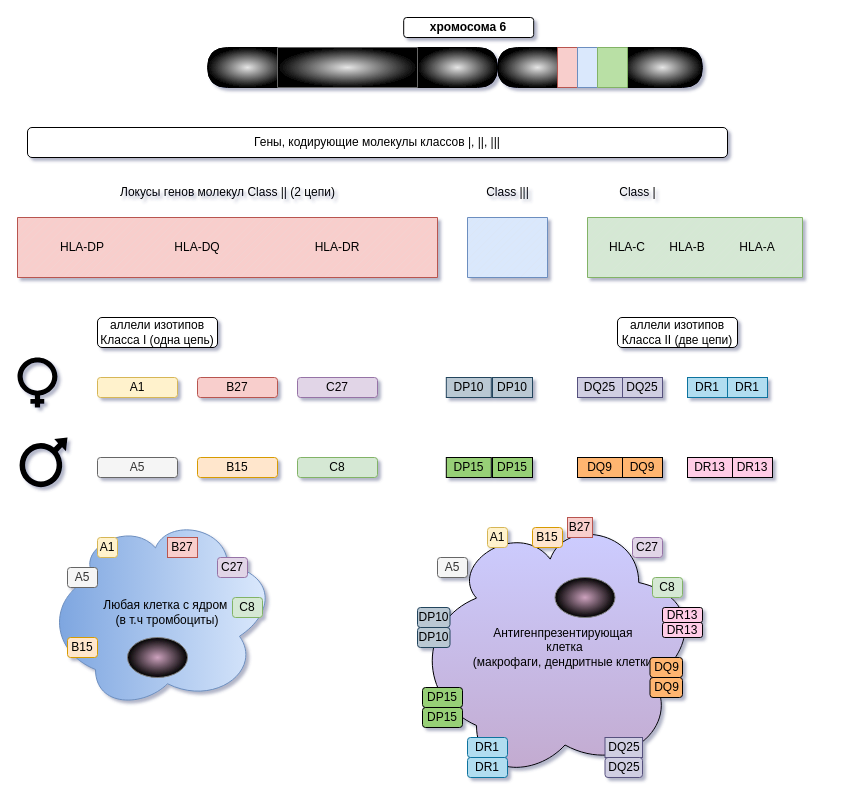
Before: HLA-cells.drawio in lissa3/menubar, a draw.io diagram. Source tidied: cells renumbered, new cells numbered last; positions are measured from the earlier drawing's top-left corner, leaving out a move shared by most shapes. Both pictures are drawn from the tidied source at 100%, with x=0, y=0 at pixel (17, 17).
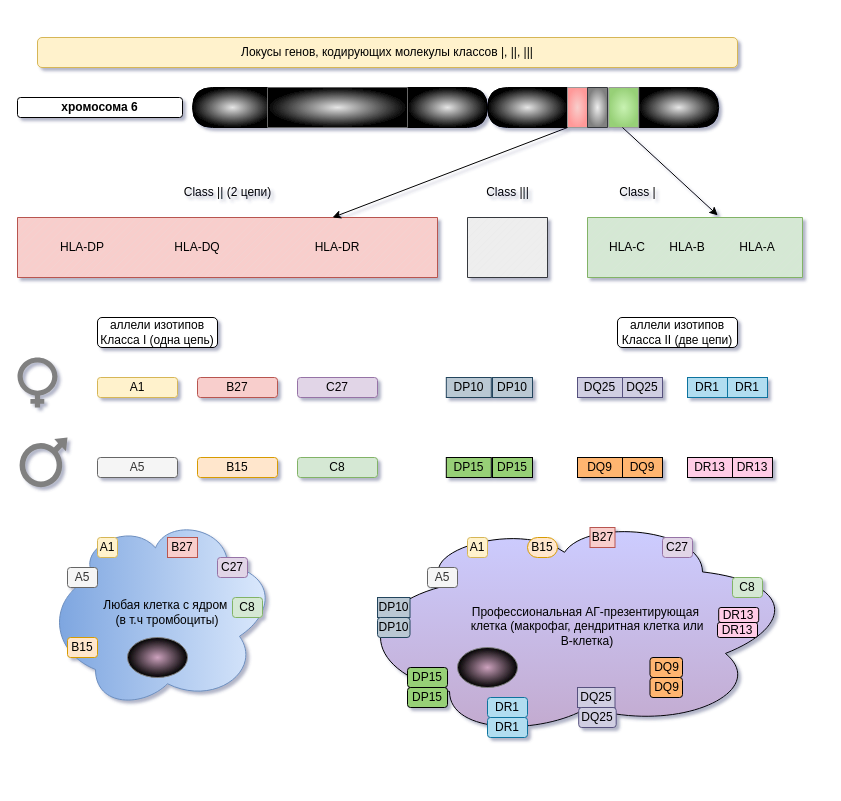
After the change.

The change refers to these unchanged cells:
```xml
<mxCell id="2" style="verticalLabelPosition=bottom;verticalAlign=top;html=1;shape=mxgraph.basic.patternFillRect;fillStyle=diag;step=5;fillStrokeWidth=0.2;fillStrokeColor=#dddddd;fillColor=#f8cecc;gradientColor=none;strokeColor=#b85450;" parent="1" vertex="1">
  <mxGeometry y="200" width="420" height="60" as="geometry" />
</mxCell>
<mxCell id="4" style="verticalLabelPosition=bottom;verticalAlign=top;html=1;shape=mxgraph.basic.patternFillRect;fillStyle=diag;step=5;fillStrokeWidth=0.2;fillStrokeColor=#dddddd;fillColor=#d5e8d4;strokeColor=#82b366;gradientColor=none;" parent="1" vertex="1">
  <mxGeometry x="570" y="200" width="215" height="60" as="geometry" />
</mxCell>
```

What changed in the source:
```diff
@@
-    <mxCell id="3" style="verticalLabelPosition=bottom;verticalAlign=top;html=1;shape=mxgraph.basic.patternFillRect;fillStyle=diag;step=5;fillStrokeWidth=0.2;fillStrokeColor=#dddddd;fillColor=#dae8fc;strokeColor=#6c8ebf;gradientColor=none;" parent="1" vertex="1">
+    <mxCell id="3" style="verticalLabelPosition=bottom;verticalAlign=top;html=1;shape=mxgraph.basic.patternFillRect;fillStyle=diag;step=5;fillStrokeWidth=0.2;fillStrokeColor=#dddddd;fillColor=#eeeeee;strokeColor=#36393d;" parent="1" vertex="1">
       <mxGeometry x="450" y="200" width="80" height="60" as="geometry" />
     </mxCell>
@@
-    <mxCell id="7" value="Локусы генов молекул Class || (2 цепи)" style="text;html=1;align=center;verticalAlign=middle;strokeColor=none;fillColor=none;" parent="1" vertex="1">
-      <mxGeometry x="90" y="160" width="240" height="30" as="geometry" />
+    <mxCell id="7" value="Class || (2 цепи)" style="text;html=1;align=center;verticalAlign=middle;strokeColor=none;fillColor=none;" parent="1" vertex="1">
+      <mxGeometry x="155" y="160" width="110" height="30" as="geometry" />
     </mxCell>
@@
-    <mxCell id="14" value="Гены, кодирующие молекулы классов |, ||, |||" style="rounded=1;whiteSpace=wrap;html=1;" parent="1" vertex="1">
-      <mxGeometry x="10" y="110" width="700" height="30" as="geometry" />
+    <mxCell id="14" value="Локусы генов, кодирующих молекулы классов |, ||, |||" style="rounded=1;whiteSpace=wrap;html=1;fillColor=#fff2cc;strokeColor=#d6b656;" parent="1" vertex="1">
+      <mxGeometry x="20" y="20" width="700" height="30" as="geometry" />
     </mxCell>
     <mxCell id="15" style="shape=delay;whiteSpace=wrap;html=1;fillColor=#E6E6E6;gradientColor=default;gradientDirection=radial;" parent="1" vertex="1">
-      <mxGeometry x="400" y="30" width="80" height="40" as="geometry" />
+      <mxGeometry x="390" y="70" width="80" height="40" as="geometry" />
     </mxCell>
     <mxCell id="16" style="shape=delay;whiteSpace=wrap;html=1;direction=west;fillColor=#E6E6E6;gradientColor=default;gradientDirection=radial;" parent="1" vertex="1">
-      <mxGeometry x="190" y="30" width="80" height="40" as="geometry" />
+      <mxGeometry x="175" y="70" width="80" height="40" as="geometry" />
     </mxCell>
     <mxCell id="17" style="verticalLabelPosition=bottom;verticalAlign=top;html=1;shape=mxgraph.basic.rect;fillColor2=none;strokeWidth=1;size=20;indent=5;fillColor=#E6E6E6;gradientColor=default;strokeColor=#666666;gradientDirection=radial;" parent="1" vertex="1">
-      <mxGeometry x="260" y="30" width="140" height="40" as="geometry" />
+      <mxGeometry x="250" y="70" width="140" height="40" as="geometry" />
     </mxCell>
     <mxCell id="18" style="shape=delay;whiteSpace=wrap;html=1;fillColor=#E6E6E6;gradientColor=default;gradientDirection=radial;" parent="1" vertex="1">
-      <mxGeometry x="605" y="30" width="80" height="40" as="geometry" />
+      <mxGeometry x="621.2" y="70" width="80" height="40" as="geometry" />
     </mxCell>
     <mxCell id="19" style="shape=delay;whiteSpace=wrap;html=1;direction=west;fillColor=#E6E6E6;gradientColor=default;gradientDirection=radial;" parent="1" vertex="1">
-      <mxGeometry x="480" y="30" width="80" height="40" as="geometry" />
+      <mxGeometry x="470" y="70" width="80" height="40" as="geometry" />
     </mxCell>
-    <mxCell id="20" style="verticalLabelPosition=bottom;verticalAlign=top;html=1;shape=mxgraph.basic.rect;fillColor2=none;strokeWidth=1;size=20;indent=5;fillColor=#f8cecc;gradientColor=none;strokeColor=#b85450;" parent="1" vertex="1">
-      <mxGeometry x="540" y="30" width="20" height="40" as="geometry" />
+    <mxCell id="20" style="verticalLabelPosition=bottom;verticalAlign=top;html=1;shape=mxgraph.basic.rect;fillColor2=none;strokeWidth=1;size=20;indent=5;fillColor=#f8cecc;gradientColor=#FF9999;strokeColor=#999999;gradientDirection=radial;" parent="1" vertex="1">
+      <mxGeometry x="550" y="70" width="20" height="40" as="geometry" />
     </mxCell>
-    <mxCell id="21" style="verticalLabelPosition=bottom;verticalAlign=top;html=1;shape=mxgraph.basic.rect;fillColor2=none;strokeWidth=1;size=20;indent=5;fillColor=#dae8fc;strokeColor=#6c8ebf;gradientColor=none;" parent="1" vertex="1">
-      <mxGeometry x="560" y="30" width="20" height="40" as="geometry" />
+    <mxCell id="21" style="verticalLabelPosition=bottom;verticalAlign=top;html=1;shape=mxgraph.basic.rect;fillColor2=none;strokeWidth=1;size=20;indent=5;fillColor=#eeeeee;strokeColor=#36393d;gradientColor=#808080;gradientDirection=radial;" parent="1" vertex="1">
+      <mxGeometry x="570" y="70" width="20" height="40" as="geometry" />
     </mxCell>
-    <mxCell id="22" style="verticalLabelPosition=bottom;verticalAlign=top;html=1;shape=mxgraph.basic.rect;fillColor2=none;strokeWidth=1;size=20;indent=5;fillColor=#B9E0A5;strokeColor=#82b366;gradientColor=none;" parent="1" vertex="1">
-      <mxGeometry x="580" y="30" width="30" height="40" as="geometry" />
+    <mxCell id="22" style="verticalLabelPosition=bottom;verticalAlign=top;html=1;shape=mxgraph.basic.rect;fillColor2=none;strokeWidth=1;size=20;indent=5;fillColor=#C8F2B2;strokeColor=#999999;gradientColor=#97D077;gradientDirection=radial;" parent="1" vertex="1">
+      <mxGeometry x="591.2" y="70" width="30" height="40" as="geometry" />
     </mxCell>
-    <mxCell id="23" style="shape=mxgraph.signs.people.female;html=1;fillColor=#000000;strokeColor=none;verticalLabelPosition=bottom;verticalAlign=top;align=center;" parent="1" vertex="1">
+    <mxCell id="23" style="shape=mxgraph.signs.people.female;html=1;fillColor=#808080;strokeColor=none;verticalLabelPosition=bottom;verticalAlign=top;align=center;" parent="1" vertex="1">
       <mxGeometry y="340" width="40" height="50" as="geometry" />
     </mxCell>
-    <mxCell id="24" style="shape=mxgraph.signs.people.male;html=1;fillColor=#000000;strokeColor=none;verticalLabelPosition=bottom;verticalAlign=top;align=center;" parent="1" vertex="1">
+    <mxCell id="24" style="shape=mxgraph.signs.people.male;html=1;fillColor=#808080;strokeColor=none;verticalLabelPosition=bottom;verticalAlign=top;align=center;" parent="1" vertex="1">
       <mxGeometry y="420" width="50" height="52" as="geometry" />
     </mxCell>
@@
     <mxCell id="46" value="&lt;b&gt;хромосома 6&lt;/b&gt;" style="whiteSpace=wrap;html=1;rounded=1;" parent="1" vertex="1">
-      <mxGeometry x="386.2" width="130" height="20" as="geometry" />
+      <mxGeometry y="80" width="165" height="20" as="geometry" />
     </mxCell>
@@
-    <mxCell id="55" value="Антигенпрезентирующая&amp;nbsp;&lt;div&gt;клетка&lt;/div&gt;&lt;div&gt;(макрофаги, дендритные клетки)&lt;/div&gt;" style="ellipse;shape=cloud;whiteSpace=wrap;html=1;direction=south;fillColor=#CCCCFF;gradientColor=#C3ABD0;gradientDirection=east;" parent="1" vertex="1">
-      <mxGeometry x="400" y="500" width="295" height="260" as="geometry" />
+    <mxCell id="55" value="Профессиональная АГ-презентирующая&amp;nbsp;&lt;div&gt;клетка&amp;nbsp;&lt;span style=&quot;background-color: initial;&quot;&gt;(макрофаг,&amp;nbsp;&lt;/span&gt;&lt;span style=&quot;background-color: initial;&quot;&gt;дендритная клетка или&lt;/span&gt;&lt;/div&gt;&lt;div&gt;B-клетка)&lt;/div&gt;" style="ellipse;shape=cloud;whiteSpace=wrap;html=1;direction=south;fillColor=#CCCCFF;gradientColor=#C3ABD0;gradientDirection=east;" parent="1" vertex="1">
+      <mxGeometry x="340" y="500" width="460" height="217.5" as="geometry" />
     </mxCell>
     <mxCell id="56" style="ellipse;whiteSpace=wrap;html=1;strokeColor=#808080;fillColor=#CDA2BE;gradientColor=default;gradientDirection=radial;" parent="1" vertex="1">
-      <mxGeometry x="537.5" y="560" width="60" height="40" as="geometry" />
+      <mxGeometry x="440" y="630" width="60" height="40" as="geometry" />
     </mxCell>
     <mxCell id="57" value="A1" style="rounded=1;whiteSpace=wrap;html=1;fillColor=#fff2cc;strokeColor=#d6b656;" parent="1" vertex="1">
-      <mxGeometry x="470" y="510" width="20" height="20" as="geometry" />
+      <mxGeometry x="450" y="520" width="20" height="20" as="geometry" />
     </mxCell>
     <mxCell id="58" value="B27" style="rounded=1;whiteSpace=wrap;html=1;fillColor=#f8cecc;strokeColor=#b85450;arcSize=0;" parent="1" vertex="1">
-      <mxGeometry x="550" y="500" width="25" height="20" as="geometry" />
+      <mxGeometry x="572.5" y="510" width="25" height="20" as="geometry" />
     </mxCell>
     <mxCell id="59" value="C27" style="rounded=1;whiteSpace=wrap;html=1;fillColor=#e1d5e7;strokeColor=#9673a6;" parent="1" vertex="1">
-      <mxGeometry x="615" y="520" width="30" height="20" as="geometry" />
+      <mxGeometry x="645" y="520" width="30" height="20" as="geometry" />
     </mxCell>
     <mxCell id="60" value="A5" style="rounded=1;whiteSpace=wrap;html=1;fillColor=#f5f5f5;fontColor=#333333;strokeColor=#666666;" parent="1" vertex="1">
-      <mxGeometry x="420" y="540" width="30" height="20" as="geometry" />
+      <mxGeometry x="410" y="550" width="30" height="20" as="geometry" />
     </mxCell>
-    <mxCell id="61" value="B15" style="rounded=1;whiteSpace=wrap;html=1;fillColor=#ffe6cc;strokeColor=#d79b00;" parent="1" vertex="1">
-      <mxGeometry x="515" y="510" width="30" height="20" as="geometry" />
+    <mxCell id="61" value="B15" style="rounded=1;whiteSpace=wrap;html=1;fillColor=#ffe6cc;strokeColor=#d79b00;arcSize=50;" parent="1" vertex="1">
+      <mxGeometry x="510" y="520" width="30" height="20" as="geometry" />
     </mxCell>
     <mxCell id="62" value="C8" style="rounded=1;whiteSpace=wrap;html=1;fillColor=#d5e8d4;strokeColor=#82b366;" parent="1" vertex="1">
-      <mxGeometry x="635" y="560" width="30" height="20" as="geometry" />
+      <mxGeometry x="715" y="560" width="30" height="20" as="geometry" />
     </mxCell>
-    <mxCell id="63" value="DP10" style="rounded=1;whiteSpace=wrap;html=1;fillColor=#bac8d3;strokeColor=#23445d;" parent="1" vertex="1">
-      <mxGeometry x="400" y="590" width="32.5" height="20" as="geometry" />
+    <mxCell id="63" value="DP10" style="rounded=1;whiteSpace=wrap;html=1;fillColor=#bac8d3;strokeColor=#23445d;arcSize=0;" parent="1" vertex="1">
+      <mxGeometry x="360" y="580" width="32.5" height="20" as="geometry" />
     </mxCell>
     <mxCell id="64" value="DP10" style="rounded=1;whiteSpace=wrap;html=1;fillColor=#bac8d3;strokeColor=#23445d;" parent="1" vertex="1">
-      <mxGeometry x="400" y="610" width="32.5" height="20" as="geometry" />
+      <mxGeometry x="360" y="600" width="32.5" height="20" as="geometry" />
     </mxCell>
     <mxCell id="65" value="DP15" style="rounded=1;whiteSpace=wrap;html=1;fillColor=#97D077;" parent="1" vertex="1">
-      <mxGeometry x="405" y="670" width="40" height="20" as="geometry" />
+      <mxGeometry x="390" y="650" width="40" height="20" as="geometry" />
     </mxCell>
     <mxCell id="66" value="DP15" style="rounded=1;whiteSpace=wrap;html=1;fillColor=#97D077;" parent="1" vertex="1">
-      <mxGeometry x="405" y="690" width="40" height="20" as="geometry" />
+      <mxGeometry x="390" y="670" width="40" height="20" as="geometry" />
     </mxCell>
@@
     <mxCell id="69" value="DQ25" style="rounded=0;whiteSpace=wrap;html=1;fillColor=#d0cee2;strokeColor=#56517e;" parent="1" vertex="1">
-      <mxGeometry x="587.5" y="720" width="37.5" height="20" as="geometry" />
+      <mxGeometry x="560" y="670" width="37.5" height="20" as="geometry" />
     </mxCell>
     <mxCell id="70" value="DQ25" style="rounded=1;whiteSpace=wrap;html=1;fillColor=#d0cee2;strokeColor=#56517e;" parent="1" vertex="1">
-      <mxGeometry x="587.5" y="740" width="37.5" height="20" as="geometry" />
+      <mxGeometry x="561.2" y="690" width="37.5" height="20" as="geometry" />
     </mxCell>
     <mxCell id="71" value="DR1" style="rounded=1;whiteSpace=wrap;html=1;fillColor=#b1ddf0;strokeColor=#10739e;" parent="1" vertex="1">
-      <mxGeometry x="450" y="720" width="40" height="20" as="geometry" />
+      <mxGeometry x="470" y="680" width="40" height="20" as="geometry" />
     </mxCell>
     <mxCell id="72" value="DR1" style="rounded=1;whiteSpace=wrap;html=1;fillColor=#b1ddf0;strokeColor=#10739e;" parent="1" vertex="1">
-      <mxGeometry x="450" y="740" width="40" height="20" as="geometry" />
+      <mxGeometry x="470" y="700" width="40" height="20" as="geometry" />
     </mxCell>
     <mxCell id="73" value="DR13" style="rounded=1;whiteSpace=wrap;html=1;fillColor=#FFCCE6;" parent="1" vertex="1">
-      <mxGeometry x="645" y="590" width="40" height="15" as="geometry" />
+      <mxGeometry x="701.2" y="590" width="40" height="15" as="geometry" />
     </mxCell>
     <mxCell id="74" value="DR13" style="rounded=1;whiteSpace=wrap;html=1;fillColor=#FFCCE6;" parent="1" vertex="1">
-      <mxGeometry x="645" y="605" width="40" height="15" as="geometry" />
+      <mxGeometry x="700" y="605" width="40" height="15" as="geometry" />
     </mxCell>
+    <mxCell id="75" style="endArrow=classic;html=1;rounded=0;entryX=0.75;entryY=0;entryDx=0;entryDy=0;entryPerimeter=0;exitX=0;exitY=0;exitDx=0;exitDy=0;" parent="1" edge="1" source="19" target="2">
+      <mxGeometry relative="1" as="geometry" />
+    </mxCell>
+    <mxCell id="76" style="endArrow=classic;html=1;rounded=0;entryX=0.606;entryY=-0.035;entryDx=0;entryDy=0;entryPerimeter=0;" parent="1" edge="1" target="4">
+      <mxGeometry relative="1" as="geometry">
+        <mxPoint x="605" y="110" as="sourcePoint" />
+      </mxGeometry>
+    </mxCell>
```
